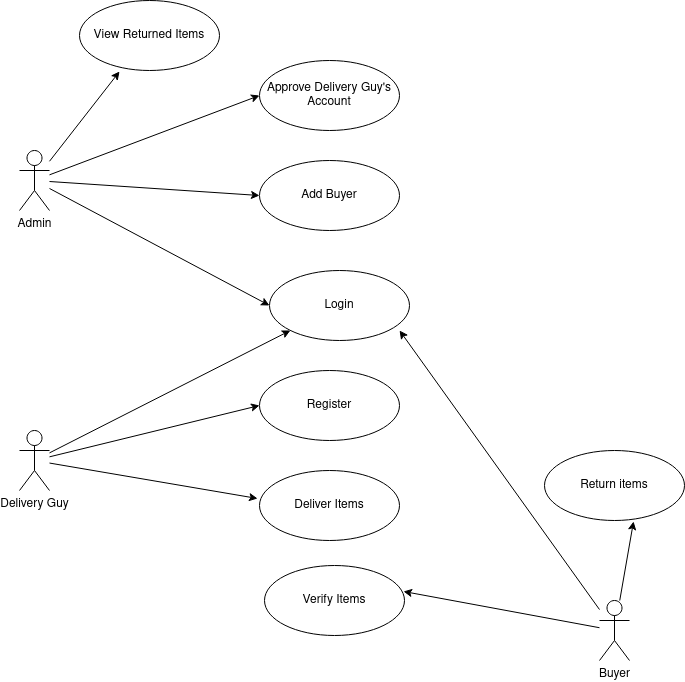
This is Delivery Tracker - USE_CASE_DIAGRAM.png from hibhaku/uml-diagrams, a draw.io export, as it was before one commit. Source tidied: cells renumbered, new cells last; positions are measured from the earlier drawing's top-left corner, leaving out a move shared by most shapes.
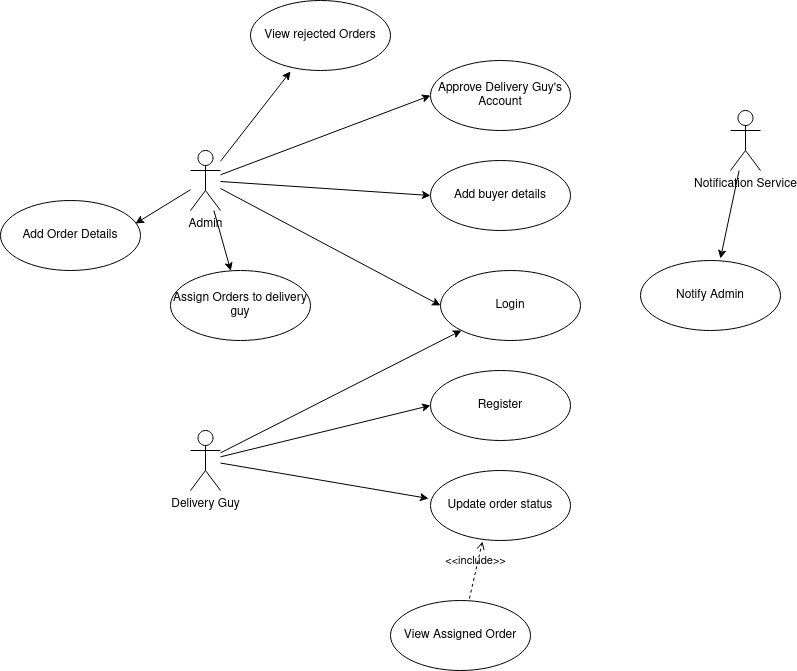
After the change.

Change to the diagram source:
```diff
@@ -14,21 +14,15 @@
     <mxCell id="5" style="edgeStyle=none;rounded=0;jettySize=auto;html=1;entryX=0.286;entryY=1.014;entryDx=0;entryDy=0;entryPerimeter=0;" parent="1" edge="1" source="6" target="22">
       <mxGeometry relative="1" as="geometry" />
     </mxCell>
+    <mxCell id="23" style="edgeStyle=none;rounded=0;jettySize=auto;html=1;" parent="1" edge="1" source="6" target="26">
+      <mxGeometry relative="1" as="geometry" />
+    </mxCell>
+    <mxCell id="24" style="edgeStyle=none;rounded=0;jettySize=auto;html=1;entryX=0.964;entryY=0.329;entryDx=0;entryDy=0;entryPerimeter=0;" parent="1" edge="1" source="6" target="28">
+      <mxGeometry relative="1" as="geometry" />
+    </mxCell>
     <mxCell id="6" value="Admin" style="shape=umlActor;verticalLabelPosition=bottom;verticalAlign=top;html=1;outlineConnect=0;" parent="1" vertex="1">
       <mxGeometry y="150" width="30" height="60" as="geometry" />
     </mxCell>
-    <mxCell id="7" style="edgeStyle=none;rounded=0;jettySize=auto;html=1;entryX=0.993;entryY=0.371;entryDx=0;entryDy=0;entryPerimeter=0;" parent="1" edge="1" source="10" target="20">
-      <mxGeometry relative="1" as="geometry" />
-    </mxCell>
-    <mxCell id="8" style="edgeStyle=none;rounded=0;jettySize=auto;html=1;entryX=0.636;entryY=1.014;entryDx=0;entryDy=0;entryPerimeter=0;" parent="1" edge="1" source="10" target="21">
-      <mxGeometry relative="1" as="geometry" />
-    </mxCell>
-    <mxCell id="9" style="edgeStyle=none;rounded=0;jettySize=auto;html=1;entryX=0.929;entryY=0.857;entryDx=0;entryDy=0;entryPerimeter=0;" parent="1" edge="1" source="10" target="15">
-      <mxGeometry relative="1" as="geometry" />
-    </mxCell>
-    <mxCell id="10" value="Buyer" style="shape=umlActor;verticalLabelPosition=bottom;verticalAlign=top;html=1;outlineConnect=0;" parent="1" vertex="1">
-      <mxGeometry x="580" y="600" width="30" height="60" as="geometry" />
-    </mxCell>
     <mxCell id="11" style="edgeStyle=none;rounded=0;jettySize=auto;html=1;" parent="1" edge="1" source="14" target="15">
       <mxGeometry relative="1" as="geometry" />
     </mxCell>
@@ -50,20 +44,35 @@
     <mxCell id="17" value="Approve Delivery Guy's Account" style="ellipse;whiteSpace=wrap;html=1;" parent="1" vertex="1">
       <mxGeometry x="240" y="60" width="140" height="70" as="geometry" />
     </mxCell>
-    <mxCell id="18" value="Add Buyer" style="ellipse;whiteSpace=wrap;html=1;" parent="1" vertex="1">
+    <mxCell id="18" value="Add buyer details" style="ellipse;whiteSpace=wrap;html=1;" parent="1" vertex="1">
       <mxGeometry x="240" y="160" width="140" height="70" as="geometry" />
     </mxCell>
-    <mxCell id="19" value="Deliver Items" style="ellipse;whiteSpace=wrap;html=1;" parent="1" vertex="1">
+    <mxCell id="19" value="Update order status" style="ellipse;whiteSpace=wrap;html=1;" parent="1" vertex="1">
       <mxGeometry x="240" y="470" width="140" height="70" as="geometry" />
     </mxCell>
-    <mxCell id="20" value="Verify Items" style="ellipse;whiteSpace=wrap;html=1;" parent="1" vertex="1">
-      <mxGeometry x="245" y="565" width="140" height="70" as="geometry" />
-    </mxCell>
-    <mxCell id="21" value="Return items" style="ellipse;whiteSpace=wrap;html=1;" parent="1" vertex="1">
-      <mxGeometry x="525" y="450" width="140" height="70" as="geometry" />
-    </mxCell>
-    <mxCell id="22" value="View Returned Items" style="ellipse;whiteSpace=wrap;html=1;" parent="1" vertex="1">
+    <mxCell id="22" value="View rejected Orders" style="ellipse;whiteSpace=wrap;html=1;" parent="1" vertex="1">
       <mxGeometry x="60" width="140" height="70" as="geometry" />
     </mxCell>
+    <mxCell id="25" value="View Assigned Order" style="ellipse;whiteSpace=wrap;html=1;" parent="1" vertex="1">
+      <mxGeometry x="200" y="600" width="140" height="70" as="geometry" />
+    </mxCell>
+    <mxCell id="26" value="Assign Orders to delivery guy" style="ellipse;whiteSpace=wrap;html=1;" parent="1" vertex="1">
+      <mxGeometry x="-20" y="270" width="140" height="70" as="geometry" />
+    </mxCell>
+    <mxCell id="27" value="&amp;lt;&amp;lt;include&amp;gt;&amp;gt;" style="edgeStyle=none;html=1;endArrow=open;verticalAlign=bottom;dashed=1;labelBackgroundColor=none;exitX=0.564;exitY=-0.029;exitDx=0;exitDy=0;exitPerimeter=0;entryX=0.371;entryY=1.014;entryDx=0;entryDy=0;entryPerimeter=0;" parent="1" edge="1" source="25" target="19">
+      <mxGeometry relative="1" as="geometry" />
+    </mxCell>
+    <mxCell id="28" value="Add Order Details" style="ellipse;whiteSpace=wrap;html=1;" parent="1" vertex="1">
+      <mxGeometry x="-190" y="200" width="140" height="70" as="geometry" />
+    </mxCell>
+    <mxCell id="29" style="edgeStyle=none;rounded=0;jettySize=auto;html=1;entryX=0.571;entryY=-0.029;entryDx=0;entryDy=0;entryPerimeter=0;" parent="1" edge="1" source="30" target="31">
+      <mxGeometry relative="1" as="geometry" />
+    </mxCell>
+    <mxCell id="30" value="Notification Service" style="shape=umlActor;verticalLabelPosition=bottom;verticalAlign=top;html=1;outlineConnect=0;" parent="1" vertex="1">
+      <mxGeometry x="540" y="110" width="30" height="60" as="geometry" />
+    </mxCell>
+    <mxCell id="31" value="Notify Admin" style="ellipse;whiteSpace=wrap;html=1;" parent="1" vertex="1">
+      <mxGeometry x="450" y="260" width="140" height="70" as="geometry" />
+    </mxCell>
   </root>
 </mxGraphModel>
```
